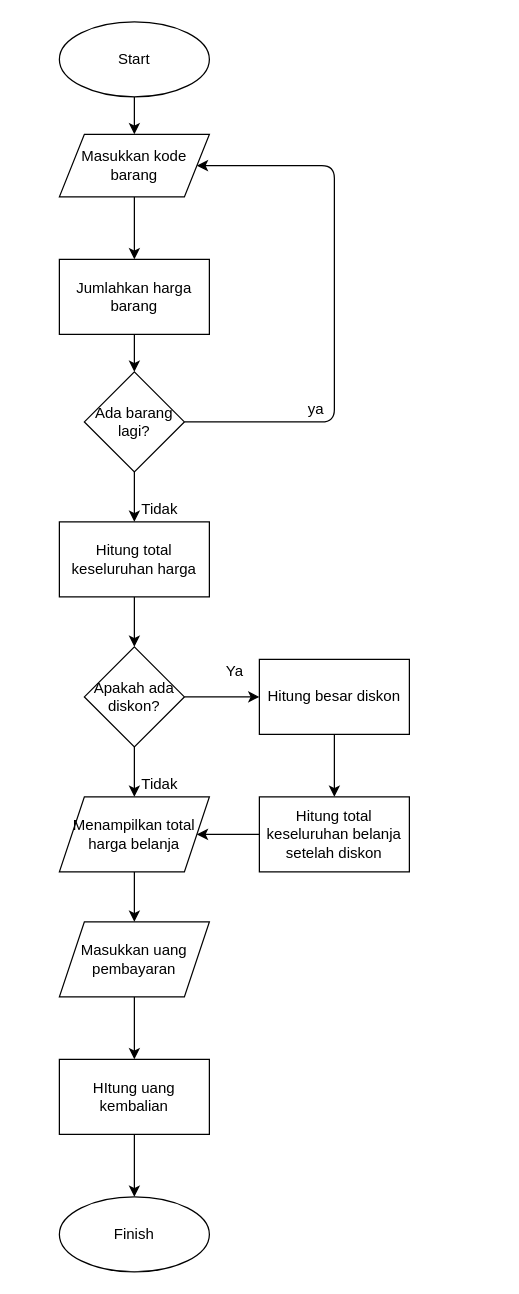
Above: flowchart.drawio in eidiati/aditya_saputra-aplikasi_kasir (draw.io), before the change. Source tidied: cells renumbered, new cells numbered last; positions are measured from the earlier drawing's top-left corner, leaving out a move shared by most shapes. Both pictures are drawn from the tidied source at 125%, with x=0, y=0 at pixel (59, 21).
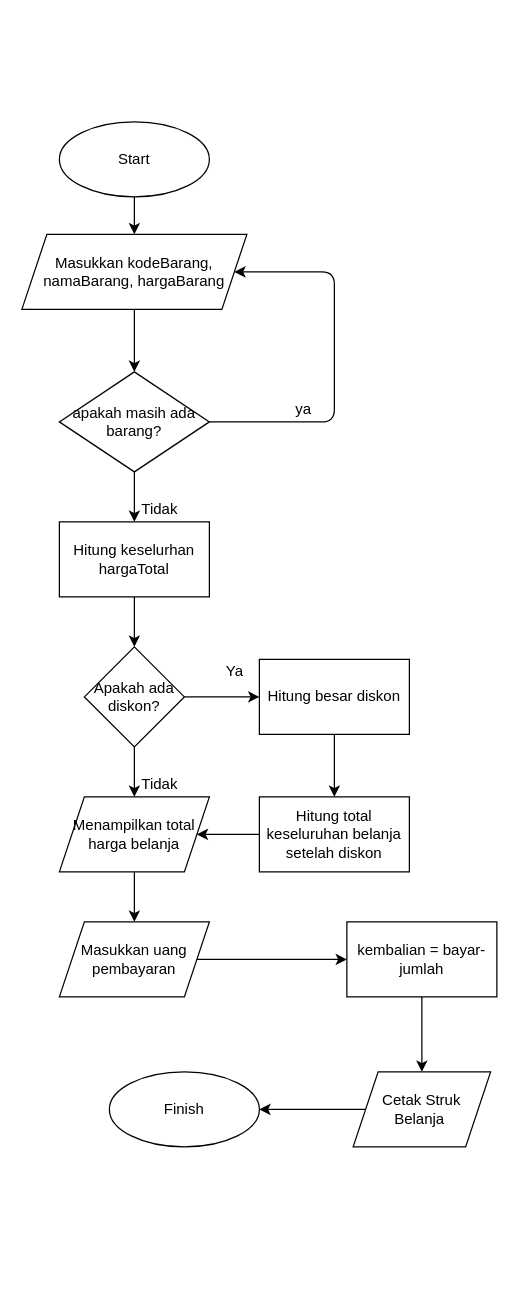
The same page after the edit.

Commit message:
melakukan perubahan proses alur flowchart

The edit, as a diff of the source:
```diff
@@
     <mxCell id="3" value="Start" style="ellipse;whiteSpace=wrap;html=1;" parent="1" vertex="1">
-      <mxGeometry width="120" height="60" as="geometry" />
+      <mxGeometry y="80" width="120" height="60" as="geometry" />
     </mxCell>
-    <mxCell id="4" style="edgeStyle=none;html=1;" parent="1" edge="1" source="5" target="7">
-      <mxGeometry relative="1" as="geometry" />
-    </mxCell>
+    <mxCell id="31" style="edgeStyle=none;html=1;" parent="1" edge="1" source="5" target="10">
+      <mxGeometry relative="1" as="geometry" />
+    </mxCell>
-    <mxCell id="5" value="Masukkan kode barang" style="shape=parallelogram;perimeter=parallelogramPerimeter;whiteSpace=wrap;html=1;fixedSize=1;" parent="1" vertex="1">
-      <mxGeometry y="90" width="120" height="50" as="geometry" />
+    <mxCell id="5" value="Masukkan kodeBarang, namaBarang, hargaBarang" style="shape=parallelogram;perimeter=parallelogramPerimeter;whiteSpace=wrap;html=1;fixedSize=1;" parent="1" vertex="1">
+      <mxGeometry x="-30" y="170" width="180" height="60" as="geometry" />
     </mxCell>
-    <mxCell id="6" style="edgeStyle=none;html=1;" parent="1" edge="1" source="7" target="10">
-      <mxGeometry relative="1" as="geometry" />
-    </mxCell>
-    <mxCell id="7" value="Jumlahkan harga barang" style="whiteSpace=wrap;html=1;" parent="1" vertex="1">
-      <mxGeometry y="190" width="120" height="60" as="geometry" />
-    </mxCell>
     <mxCell id="8" style="edgeStyle=none;html=1;exitX=1;exitY=0.5;exitDx=0;exitDy=0;entryX=1;entryY=0.5;entryDx=0;entryDy=0;" parent="1" edge="1" source="10" target="5">
       <mxGeometry relative="1" as="geometry">
         <Array as="points">
           <mxPoint x="220" y="320" />
-          <mxPoint x="220" y="115" />
+          <mxPoint x="220" y="200" />
         </Array>
       </mxGeometry>
     </mxCell>
@@
-    <mxCell id="10" value="Ada barang lagi?" style="rhombus;whiteSpace=wrap;html=1;" parent="1" vertex="1">
-      <mxGeometry x="20" y="280" width="80" height="80" as="geometry" />
+    <mxCell id="10" value="apakah masih ada barang?" style="rhombus;whiteSpace=wrap;html=1;" parent="1" vertex="1">
+      <mxGeometry y="280" width="120" height="80" as="geometry" />
     </mxCell>
     <mxCell id="11" value="ya" style="text;html=1;align=center;verticalAlign=middle;strokeColor=none;fillColor=none;" parent="1" vertex="1">
-      <mxGeometry x="190" y="300" width="30" height="20" as="geometry" />
+      <mxGeometry x="180" y="300" width="30" height="20" as="geometry" />
     </mxCell>
@@
-    <mxCell id="13" value="Hitung total keseluruhan harga" style="whiteSpace=wrap;html=1;" parent="1" vertex="1">
+    <mxCell id="13" value="Hitung keselurhan hargaTotal" style="whiteSpace=wrap;html=1;" parent="1" vertex="1">
       <mxGeometry y="400" width="120" height="60" as="geometry" />
     </mxCell>
@@
-    <mxCell id="28" style="edgeStyle=none;html=1;" parent="1" edge="1" source="29" target="30">
-      <mxGeometry relative="1" as="geometry" />
-    </mxCell>
+    <mxCell id="32" style="edgeStyle=none;html=1;" parent="1" edge="1" source="29" target="34">
+      <mxGeometry relative="1" as="geometry" />
+    </mxCell>
-    <mxCell id="29" value="HItung uang kembalian" style="whiteSpace=wrap;html=1;" parent="1" vertex="1">
-      <mxGeometry y="830" width="120" height="60" as="geometry" />
+    <mxCell id="29" value="kembalian = bayar-jumlah" style="whiteSpace=wrap;html=1;" parent="1" vertex="1">
+      <mxGeometry x="230" y="720" width="120" height="60" as="geometry" />
     </mxCell>
+    <mxCell id="33" style="edgeStyle=none;html=1;" parent="1" edge="1" source="34" target="30">
+      <mxGeometry relative="1" as="geometry" />
+    </mxCell>
+    <mxCell id="34" value="Cetak Struk Belanja&amp;nbsp;" style="shape=parallelogram;perimeter=parallelogramPerimeter;whiteSpace=wrap;html=1;fixedSize=1;" parent="1" vertex="1">
+      <mxGeometry x="235" y="840" width="110" height="60" as="geometry" />
+    </mxCell>
     <mxCell id="30" value="Finish" style="ellipse;whiteSpace=wrap;html=1;" parent="1" vertex="1">
-      <mxGeometry y="940" width="120" height="60" as="geometry" />
+      <mxGeometry x="40" y="840" width="120" height="60" as="geometry" />
     </mxCell>
```
